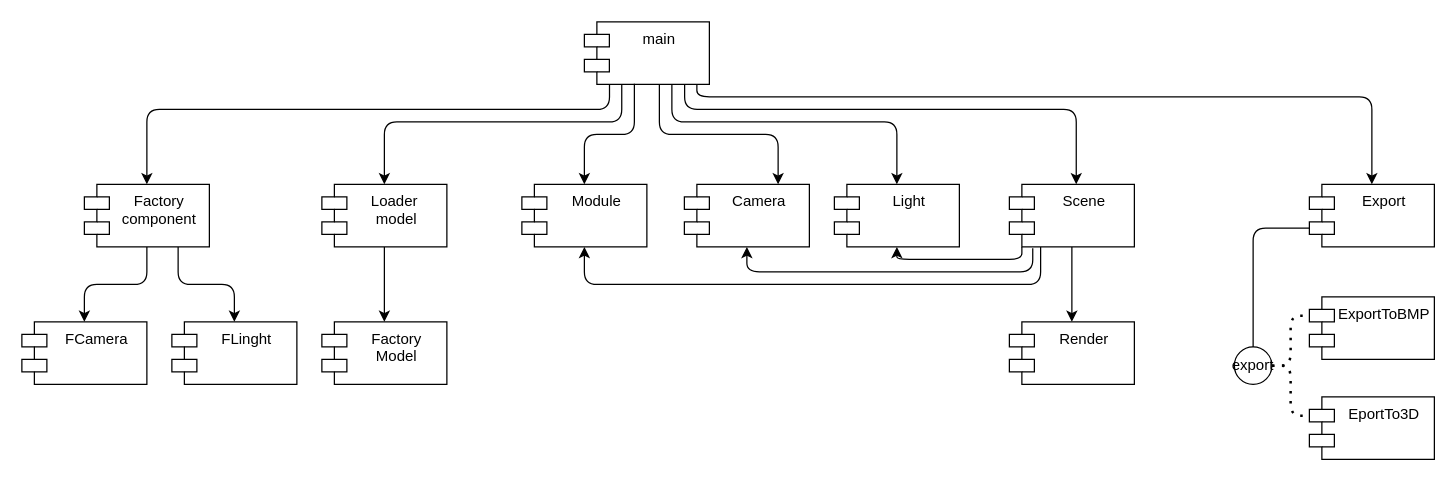
Above: scheme/component diagram.drawio in Win-Dox/geekbrain (draw.io), before the change. Source tidied: cells renumbered, new cells numbered last; positions are measured from the earlier drawing's top-left corner, leaving out a move shared by most shapes. Both pictures are drawn from the tidied source at 125%, with x=0, y=0 at pixel (21, 21).
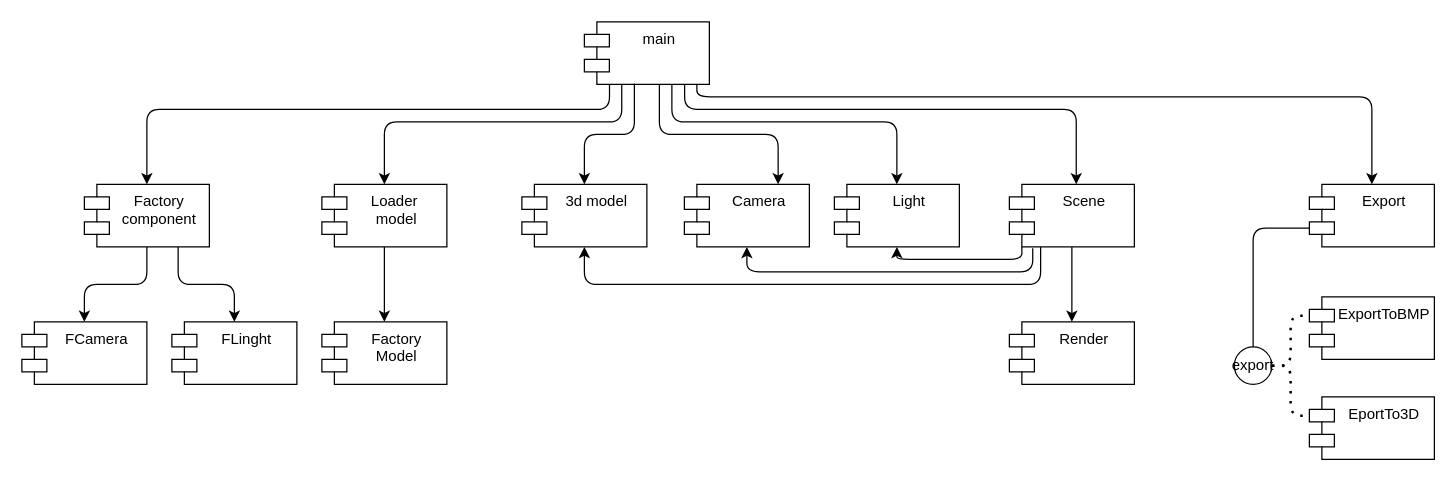
The same page after the edit.

Diff of the diagram source:
```diff
@@
-    <mxCell id="13" value="Module" style="shape=module;align=left;spacingLeft=20;align=center;verticalAlign=top;" parent="1" vertex="1">
+    <mxCell id="13" value="3d model" style="shape=module;align=left;spacingLeft=20;align=center;verticalAlign=top;" parent="1" vertex="1">
       <mxGeometry x="400" y="130" width="100" height="50" as="geometry" />
     </mxCell>
```
